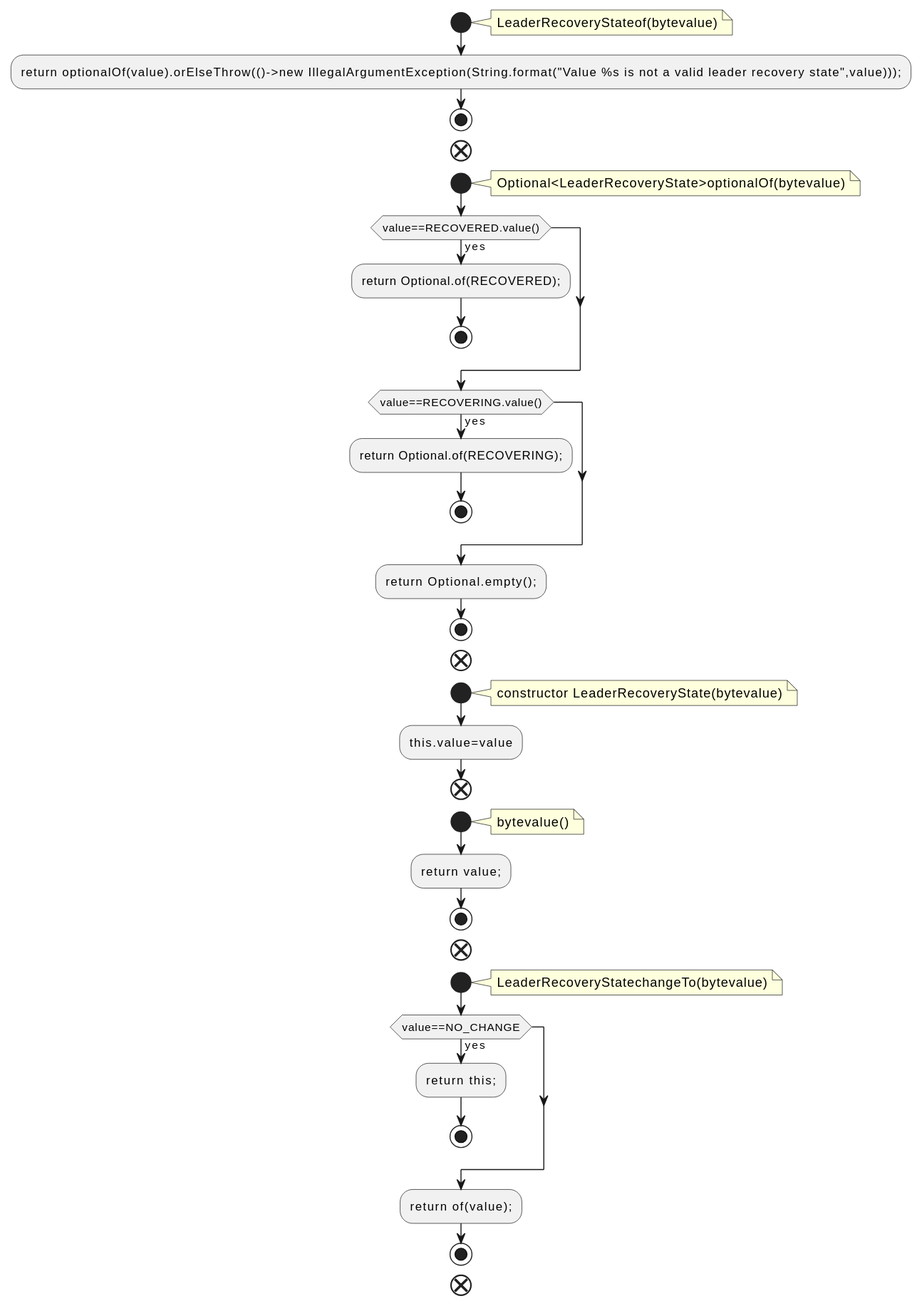
The PlantUML diagram docs/qc/metadata/src/main/java/org/apache/kafka/metadata/LeaderRecoveryState.java.fct.svg in qualitesys/kafka, before a commit. Its diagram source:
```plantuml
@startuml
!pragma layout smetana
start
note right
LeaderRecoveryStateof(bytevalue)
end note
:return optionalOf(value).orElseThrow(()->new IllegalArgumentException(String.format("Value %s is not a valid leader recovery state",value)));;
stop
end
start
note right
Optional<LeaderRecoveryState>optionalOf(bytevalue)
end note
if (value==RECOVERED.value()) then (yes)
:return Optional.of(RECOVERED);;
stop
endif
if (value==RECOVERING.value()) then (yes)
:return Optional.of(RECOVERING);;
stop
endif
:return Optional.empty();;
stop
end
start
note right
constructor LeaderRecoveryState(bytevalue)
end note
:this.value=value;
end
start
note right
bytevalue()
end note
:return value;;
stop
end
start
note right
LeaderRecoveryStatechangeTo(bytevalue)
end note
if (value==NO_CHANGE) then (yes)
:return this;;
stop
endif
:return of(value);;
stop
end
@enduml
```
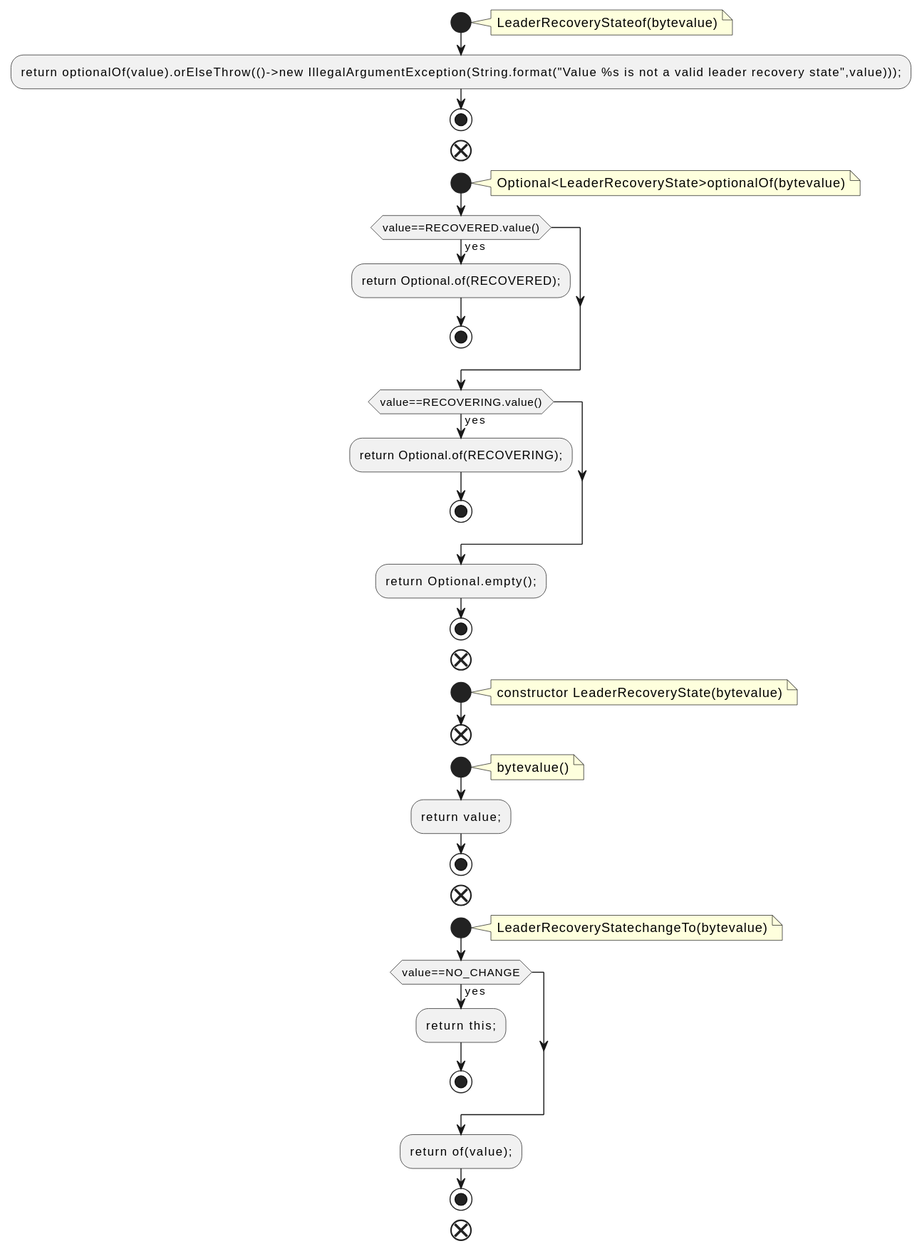
The same file after the commit.

The edit, as a diff of the source:
```diff
@@ -26,7 +26,6 @@
 note right
 constructor LeaderRecoveryState(bytevalue)
 end note
-:this.value=value;
 end
 start
 note right
```
